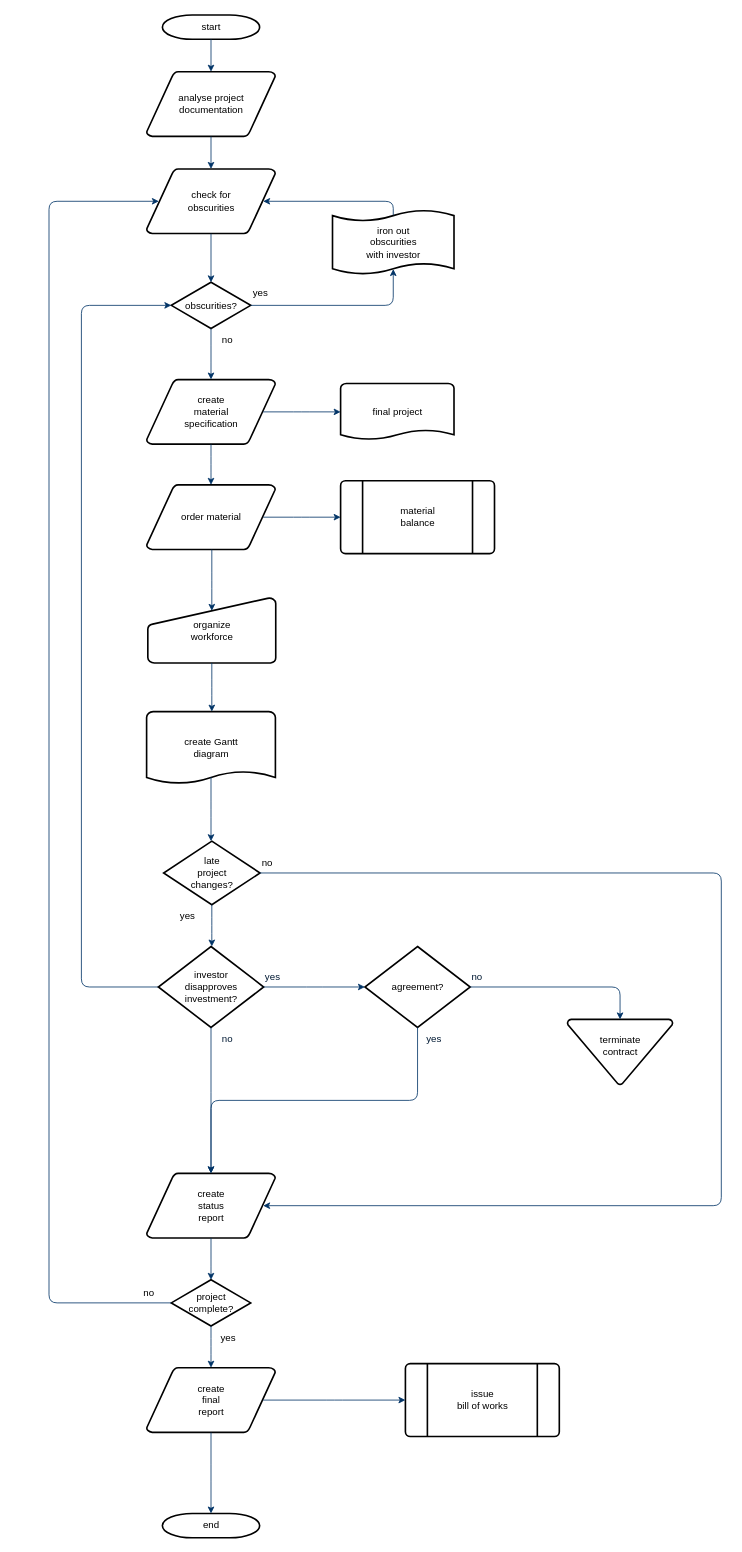
Before: ClientFiles.drawio in ByMadiba/Sandbox, a draw.io diagram. Source tidied: cells renumbered, new cells numbered last; positions are measured from the earlier drawing's top-left corner, leaving out a move shared by most shapes. Both pictures are drawn from the tidied source at 81%, with x=0, y=0 at pixel (49, 15).
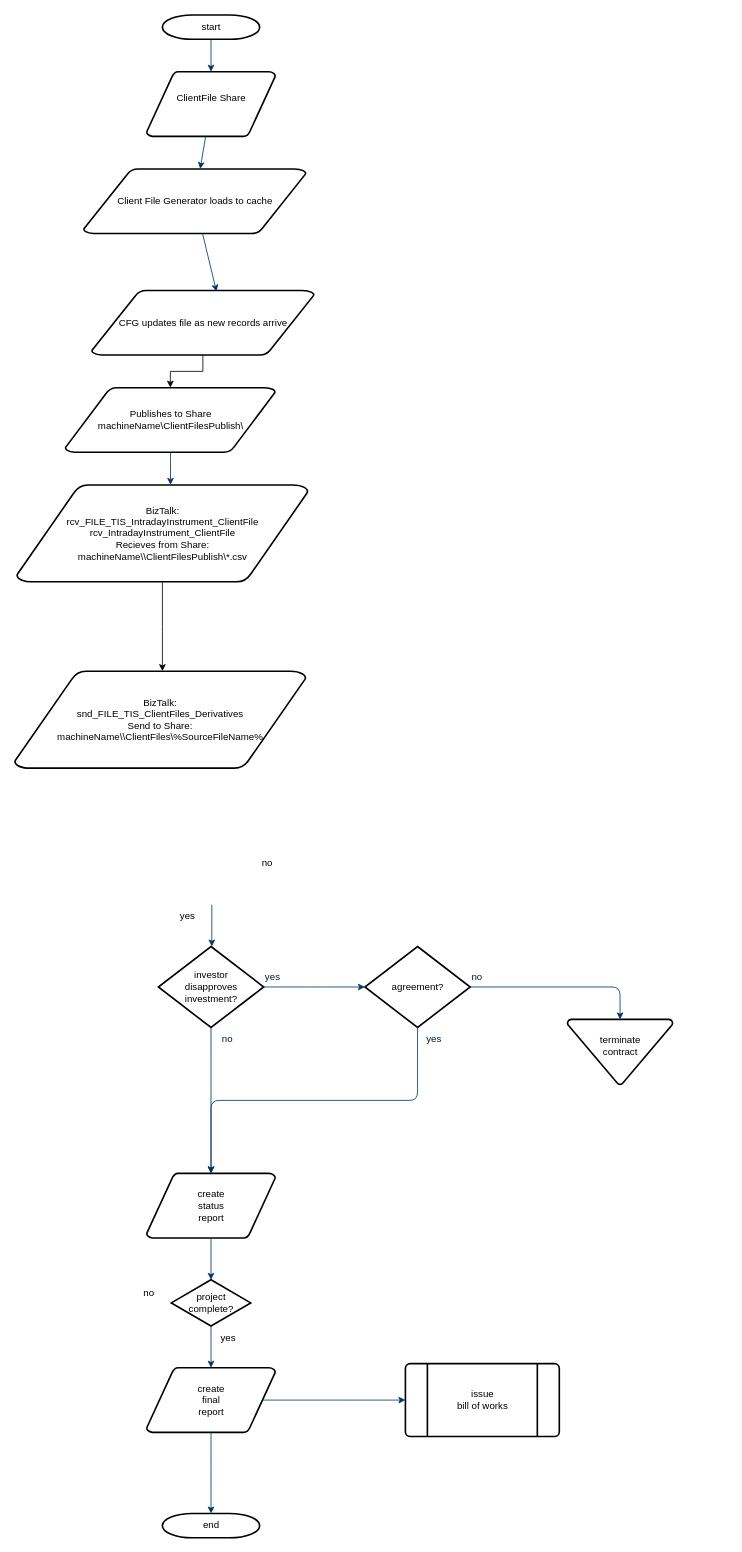
The same page after the edit.

The change refers to these unchanged cells:
```xml
<mxCell id="28" value="investor&#10;disapproves&#10; investment?" style="shape=mxgraph.flowchart.decision;strokeWidth=2;gradientColor=none;gradientDirection=north;fontStyle=0;html=1;" parent="1" vertex="1">
  <mxGeometry x="135" y="1150" width="130" height="100" as="geometry" />
</mxCell>
<mxCell id="34" value="create&#10;status&#10;report" style="shape=mxgraph.flowchart.data;strokeWidth=2;gradientColor=none;gradientDirection=north;fontStyle=0;html=1;" parent="1" vertex="1">
  <mxGeometry x="120.5" y="1430" width="159" height="80" as="geometry" />
</mxCell>
<mxCell id="37" value="project&#10;complete?" style="shape=mxgraph.flowchart.decision;strokeWidth=2;gradientColor=none;gradientDirection=north;fontStyle=0;html=1;" parent="1" vertex="1">
  <mxGeometry x="151" y="1561.5" width="98" height="57" as="geometry" />
</mxCell>
```

Diff of the diagram source:
```diff
@@
-    <mxCell id="3" value="analyse project&#10; documentation" style="shape=mxgraph.flowchart.data;strokeWidth=2;gradientColor=none;gradientDirection=north;fontStyle=0;html=1;" parent="1" vertex="1">
+    <mxCell id="3" value="ClientFile Share&lt;br&gt;&amp;nbsp;" style="shape=mxgraph.flowchart.data;strokeWidth=2;gradientColor=none;gradientDirection=north;fontStyle=0;html=1;" parent="1" vertex="1">
       <mxGeometry x="120.5" y="70" width="159" height="80" as="geometry" />
     </mxCell>
-    <mxCell id="4" value="create&#10;material&#10;specification" style="shape=mxgraph.flowchart.data;strokeWidth=2;gradientColor=none;gradientDirection=north;fontStyle=0;html=1;" parent="1" vertex="1">
-      <mxGeometry x="120.5" y="450" width="159" height="80" as="geometry" />
+    <mxCell id="4" value="Publishes to Share&lt;br&gt;machineName\ClientFilesPublish\" style="shape=mxgraph.flowchart.data;strokeWidth=2;gradientColor=none;gradientDirection=north;fontStyle=0;html=1;" parent="1" vertex="1">
+      <mxGeometry x="20" y="460" width="259.5" height="80" as="geometry" />
     </mxCell>
-    <mxCell id="5" value="check for&#10;obscurities" style="shape=mxgraph.flowchart.data;strokeWidth=2;gradientColor=none;gradientDirection=north;fontStyle=0;html=1;" parent="1" vertex="1">
-      <mxGeometry x="120.5" y="190" width="159" height="80" as="geometry" />
+    <mxCell id="5" value="Client File Generator loads to cache" style="shape=mxgraph.flowchart.data;strokeWidth=2;gradientColor=none;gradientDirection=north;fontStyle=0;html=1;" parent="1" vertex="1">
+      <mxGeometry x="42.6" y="190" width="274.8" height="80" as="geometry" />
     </mxCell>
-    <mxCell id="6" value="obscurities?" style="shape=mxgraph.flowchart.decision;strokeWidth=2;gradientColor=none;gradientDirection=north;fontStyle=0;html=1;" parent="1" vertex="1">
-      <mxGeometry x="151" y="330" width="98" height="57" as="geometry" />
-    </mxCell>
@@
-    <mxCell id="9" style="entryX=0.5;entryY=0;entryPerimeter=0;fontStyle=1;strokeColor=#003366;strokeWidth=1;html=1;" parent="1" edge="1" source="5" target="6">
+    <mxCell id="9" style="entryX=0.561;entryY=0.017;entryPerimeter=0;fontStyle=1;strokeColor=#003366;strokeWidth=1;html=1;entryDx=0;entryDy=0;" parent="1" edge="1" source="5" target="58">
       <mxGeometry relative="1" as="geometry" />
     </mxCell>
-    <mxCell id="10" style="edgeStyle=elbowEdgeStyle;elbow=horizontal;entryX=0.5;entryY=0.91;entryPerimeter=0;exitX=1;exitY=0.5;exitPerimeter=0;fontStyle=1;strokeColor=#003366;strokeWidth=1;html=1;" parent="1" edge="1" source="6" target="51">
-      <mxGeometry x="381" y="28.5" as="geometry">
-        <Array as="points">
-          <mxPoint x="425" y="340" />
-        </Array>
-      </mxGeometry>
-    </mxCell>
-    <mxCell id="11" value="yes" style="text;fontStyle=0;html=1;strokeColor=none;gradientColor=none;fillColor=none;strokeWidth=2;" parent="1" vertex="1">
-      <mxGeometry x="250" y="330" width="40" height="26" as="geometry" />
-    </mxCell>
-    <mxCell id="12" style="edgeStyle=elbowEdgeStyle;elbow=horizontal;fontColor=#001933;fontStyle=1;strokeColor=#003366;strokeWidth=1;html=1;" parent="1" edge="1" source="6" target="4">
-      <mxGeometry as="geometry" />
-    </mxCell>
+    <mxCell id="56" style="edgeStyle=orthogonalEdgeStyle;rounded=0;jettySize=auto;html=1;" parent="1" edge="1" source="13">
+      <mxGeometry relative="1" as="geometry">
+        <mxPoint x="140" y="810" as="targetPoint" />
+      </mxGeometry>
+    </mxCell>
-    <mxCell id="13" value="order material" style="shape=mxgraph.flowchart.data;strokeWidth=2;gradientColor=none;gradientDirection=north;fontStyle=0;html=1;" parent="1" vertex="1">
-      <mxGeometry x="120.5" y="580" width="159" height="80" as="geometry" />
+    <mxCell id="13" value="BizTalk:&lt;br&gt;rcv_FILE_TIS_IntradayInstrument_ClientFile&lt;br&gt;rcv_IntradayInstrument_ClientFile&lt;br&gt;Recieves from Share:&lt;br&gt;machineName\\ClientFilesPublish\*.csv" style="shape=mxgraph.flowchart.data;strokeWidth=2;gradientColor=none;gradientDirection=north;fontStyle=0;html=1;" parent="1" vertex="1">
+      <mxGeometry x="-40" y="580" width="360" height="120" as="geometry" />
     </mxCell>
-    <mxCell id="14" value="no" style="text;fontStyle=0;html=1;strokeColor=none;gradientColor=none;fillColor=none;strokeWidth=2;align=center;" parent="1" vertex="1">
-      <mxGeometry x="200" y="387" width="40" height="26" as="geometry" />
-    </mxCell>
-    <mxCell id="15" value="final project" style="shape=mxgraph.flowchart.document;strokeWidth=2;gradientColor=none;gradientDirection=north;fontStyle=0;html=1;" parent="1" vertex="1">
-      <mxGeometry x="360" y="455" width="140" height="70" as="geometry" />
-    </mxCell>
-    <mxCell id="16" style="edgeStyle=elbowEdgeStyle;elbow=horizontal;exitX=0.905;exitY=0.5;exitPerimeter=0;fontStyle=1;strokeColor=#003366;strokeWidth=1;html=1;" parent="1" edge="1" source="4" target="15">
-      <mxGeometry as="geometry" />
-    </mxCell>
@@
-    <mxCell id="18" value="material&#10;balance" style="shape=mxgraph.flowchart.predefined_process;strokeWidth=2;gradientColor=none;gradientDirection=north;fontStyle=0;html=1;" parent="1" vertex="1">
-      <mxGeometry x="360" y="575" width="190" height="90" as="geometry" />
-    </mxCell>
-    <mxCell id="19" style="edgeStyle=elbowEdgeStyle;elbow=horizontal;exitX=0.905;exitY=0.5;exitPerimeter=0;fontStyle=1;strokeColor=#003366;strokeWidth=1;html=1;" parent="1" edge="1" source="13" target="18">
-      <mxGeometry as="geometry" />
-    </mxCell>
-    <mxCell id="20" value="organize &#10;workforce" style="shape=mxgraph.flowchart.manual_input;strokeWidth=2;gradientColor=none;gradientDirection=north;fontStyle=0;html=1;" parent="1" vertex="1">
-      <mxGeometry x="122" y="720" width="158" height="80" as="geometry" />
-    </mxCell>
-    <mxCell id="21" style="edgeStyle=elbowEdgeStyle;elbow=horizontal;entryX=0.5;entryY=0.195;entryPerimeter=0;fontStyle=1;strokeColor=#003366;strokeWidth=1;html=1;" parent="1" edge="1" source="13" target="20">
-      <mxGeometry as="geometry" />
-    </mxCell>
-    <mxCell id="22" value="create Gantt&#10;diagram" style="shape=mxgraph.flowchart.document;strokeWidth=2;gradientColor=none;gradientDirection=north;fontStyle=0;html=1;" parent="1" vertex="1">
-      <mxGeometry x="120.5" y="860" width="159" height="90" as="geometry" />
-    </mxCell>
-    <mxCell id="23" style="edgeStyle=elbowEdgeStyle;elbow=horizontal;exitX=0.5;exitY=1;exitPerimeter=0;fontStyle=1;strokeColor=#003366;strokeWidth=1;html=1;" parent="1" edge="1" source="20" target="22">
-      <mxGeometry as="geometry" />
-    </mxCell>
-    <mxCell id="24" value="late&#10;project&#10;changes?" style="shape=mxgraph.flowchart.decision;strokeWidth=2;gradientColor=none;gradientDirection=north;fontStyle=0;html=1;" parent="1" vertex="1">
-      <mxGeometry x="141.5" y="1020" width="119" height="78.5" as="geometry" />
-    </mxCell>
-    <mxCell id="25" style="edgeStyle=elbowEdgeStyle;elbow=horizontal;exitX=0.5;exitY=0.9;exitPerimeter=0;fontStyle=1;strokeColor=#003366;strokeWidth=1;html=1;" parent="1" edge="1" source="22" target="24">
-      <mxGeometry as="geometry" />
-    </mxCell>
-    <mxCell id="26" style="edgeStyle=elbowEdgeStyle;elbow=horizontal;exitX=0;exitY=0.5;exitPerimeter=0;entryX=0;entryY=0.5;entryPerimeter=0;fontStyle=1;strokeColor=#003366;strokeWidth=1;html=1;" parent="1" edge="1" source="28" target="6">
-      <mxGeometry as="geometry">
-        <Array as="points">
-          <mxPoint x="40" y="790" />
-        </Array>
-      </mxGeometry>
-    </mxCell>
@@
-    <mxCell id="30" style="edgeStyle=elbowEdgeStyle;elbow=horizontal;exitX=0.5;exitY=1;exitPerimeter=0;fontStyle=1;strokeColor=#003366;strokeWidth=1;html=1;" parent="1" edge="1" source="24" target="28">
-      <mxGeometry as="geometry" />
+    <mxCell id="30" style="edgeStyle=elbowEdgeStyle;elbow=horizontal;exitX=0.5;exitY=1;exitPerimeter=0;fontStyle=1;strokeColor=#003366;strokeWidth=1;html=1;" parent="1" edge="1" target="28">
+      <mxGeometry as="geometry">
+        <mxPoint x="201" y="1098.5" as="sourcePoint" />
+      </mxGeometry>
     </mxCell>
@@
-    <mxCell id="45" style="edgeStyle=elbowEdgeStyle;elbow=horizontal;exitX=1;exitY=0.5;exitPerimeter=0;entryX=0.905;entryY=0.5;entryPerimeter=0;fontStyle=1;strokeColor=#003366;strokeWidth=1;html=1;" parent="1" edge="1" source="24" target="34">
-      <mxGeometry as="geometry">
-        <Array as="points">
-          <mxPoint x="830" y="1260" />
-        </Array>
-      </mxGeometry>
-    </mxCell>
@@
-    <mxCell id="51" value="iron out&#10;obscurities &#10;with investor" style="shape=mxgraph.flowchart.paper_tape;strokeWidth=2;gradientColor=none;gradientDirection=north;fontStyle=0;html=1;" parent="1" vertex="1">
-      <mxGeometry x="350" y="240" width="150" height="81" as="geometry" />
-    </mxCell>
-    <mxCell id="52" style="edgeStyle=elbowEdgeStyle;elbow=horizontal;exitX=0.5;exitY=0.09;exitPerimeter=0;entryX=0.905;entryY=0.5;entryPerimeter=0;fontStyle=1;strokeColor=#003366;strokeWidth=1;html=1;" parent="1" edge="1" source="51" target="5">
-      <mxGeometry as="geometry">
-        <Array as="points">
-          <mxPoint x="425" y="240" />
-        </Array>
-      </mxGeometry>
-    </mxCell>
@@
-    <mxCell id="54" style="edgeStyle=elbowEdgeStyle;elbow=horizontal;exitX=0;exitY=0.5;exitPerimeter=0;entryX=0.095;entryY=0.5;entryPerimeter=0;fontStyle=1;strokeColor=#003366;strokeWidth=1;html=1;" parent="1" edge="1" source="37" target="5">
-      <mxGeometry as="geometry">
-        <Array as="points">
-          <mxPoint y="910" />
-        </Array>
-      </mxGeometry>
-    </mxCell>
@@
+    <mxCell id="57" style="edgeStyle=orthogonalEdgeStyle;rounded=0;jettySize=auto;html=1;" parent="1" edge="1" source="58" target="4">
+      <mxGeometry relative="1" as="geometry" />
+    </mxCell>
+    <mxCell id="58" value="CFG updates file as new records arrive" style="shape=mxgraph.flowchart.data;strokeWidth=2;gradientColor=none;gradientDirection=north;fontStyle=0;html=1;" parent="1" vertex="1">
+      <mxGeometry x="52.6" y="340" width="274.8" height="80" as="geometry" />
+    </mxCell>
+    <mxCell id="59" value="BizTalk:&lt;br&gt;snd_FILE_TIS_ClientFiles_Derivatives&lt;br&gt;Send to Share:&lt;br&gt;machineName\\ClientFiles\%SourceFileName%" style="shape=mxgraph.flowchart.data;strokeWidth=2;gradientColor=none;gradientDirection=north;fontStyle=0;html=1;" parent="1" vertex="1">
+      <mxGeometry x="-42.6" y="810" width="360" height="120" as="geometry" />
+    </mxCell>
```
